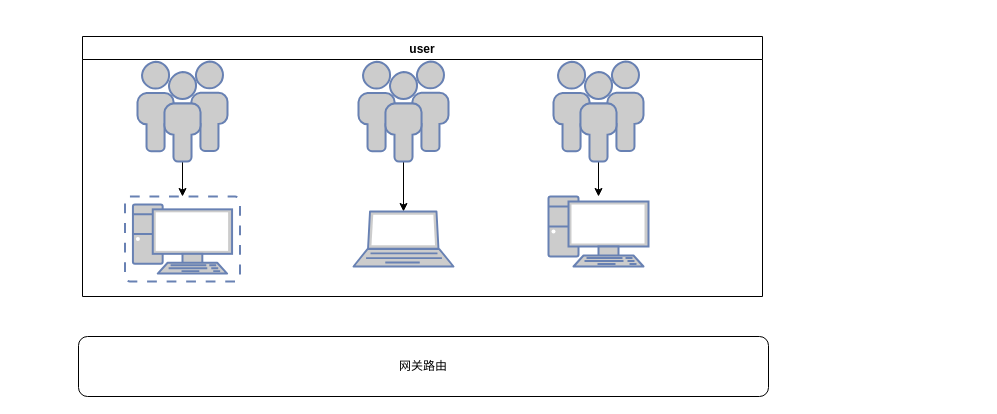
Before: doc/Untitled Diagram.drawio in yezhen701/VTCAD, a draw.io diagram. Source tidied: cells renumbered, new cells numbered last; positions are measured from the earlier drawing's top-left corner, leaving out a move shared by most shapes. Both pictures are drawn from the tidied source at 100%, with x=0, y=0 at pixel (78, 36).
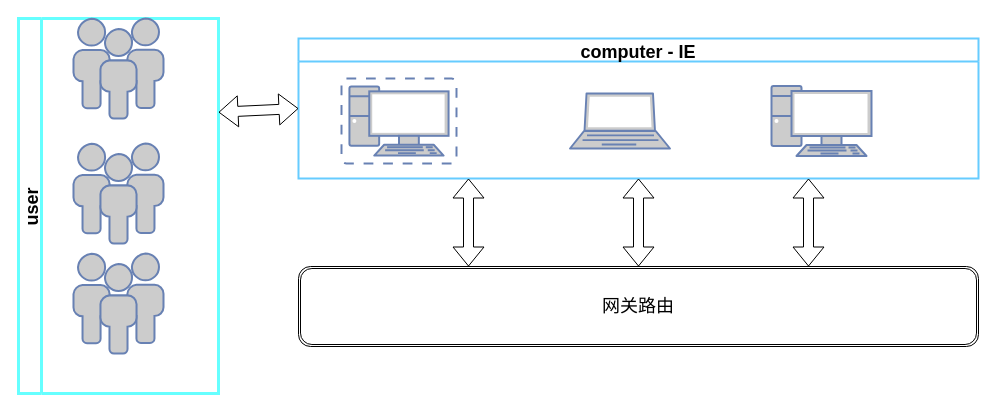
The same diagram, later.

What changed in the source:
```diff
@@
 <mxGraphModel>
   <root>
     <mxCell id="0" />
     <mxCell id="1" parent="0" />
+    <mxCell id="3" value="computer - IE" style="swimlane;strokeColor=#66ccff;strokeWidth=2;fontSize=18;" parent="1" vertex="1">
+      <mxGeometry x="220" y="2" width="680" height="140" as="geometry" />
+    </mxCell>
+    <mxCell id="6" style="fontColor=#0066CC;verticalAlign=top;verticalLabelPosition=bottom;labelPosition=center;align=center;html=1;outlineConnect=0;fillColor=#CCCCCC;strokeColor=#6881B3;gradientColor=none;gradientDirection=north;strokeWidth=2;shape=mxgraph.networks.virtual_pc;" parent="3" vertex="1">
+      <mxGeometry x="43" y="40" width="115" height="85" as="geometry" />
+    </mxCell>
+    <mxCell id="9" style="fontColor=#0066CC;verticalAlign=top;verticalLabelPosition=bottom;labelPosition=center;align=center;html=1;outlineConnect=0;fillColor=#CCCCCC;strokeColor=#6881B3;gradientColor=none;gradientDirection=north;strokeWidth=2;shape=mxgraph.networks.laptop;" parent="3" vertex="1">
+      <mxGeometry x="271.5" y="55" width="100" height="55" as="geometry" />
+    </mxCell>
+    <mxCell id="12" style="fontColor=#0066CC;verticalAlign=top;verticalLabelPosition=bottom;labelPosition=center;align=center;html=1;outlineConnect=0;fillColor=#CCCCCC;strokeColor=#6881B3;gradientColor=none;gradientDirection=north;strokeWidth=2;shape=mxgraph.networks.pc;" parent="3" vertex="1">
+      <mxGeometry x="473" y="47.5" width="100" height="70" as="geometry" />
+    </mxCell>
-    <mxCell id="2" value="网关路由" style="rounded=1;whiteSpace=wrap;html=1;" parent="1" vertex="1">
-      <mxGeometry y="300" width="690" height="60" as="geometry" />
+    <mxCell id="2" value="&lt;font style=&quot;font-size: 18px&quot;&gt;网关路由&lt;/font&gt;" style="shape=ext;double=1;rounded=1;whiteSpace=wrap;html=1;" parent="1" vertex="1">
+      <mxGeometry x="220" y="230" width="680" height="80" as="geometry" />
     </mxCell>
-    <mxCell id="3" value="user" style="swimlane;" parent="1" vertex="1">
-      <mxGeometry x="4" width="680" height="260" as="geometry" />
-    </mxCell>
-    <mxCell id="4" style="edgeStyle=orthogonalEdgeStyle;rounded=0;jettySize=auto;html=1;" parent="3" edge="1" source="5" target="6">
-      <mxGeometry relative="1" as="geometry" />
-    </mxCell>
+    <mxCell id="13" value="user" style="swimlane;horizontal=0;fontSize=18;strokeColor=#66ffff;strokeWidth=3;" parent="1" vertex="1">
+      <mxGeometry x="-60" y="-18" width="200" height="375" as="geometry" />
+    </mxCell>
-    <mxCell id="5" style="fontColor=#0066CC;verticalAlign=top;verticalLabelPosition=bottom;labelPosition=center;align=center;html=1;outlineConnect=0;fillColor=#CCCCCC;strokeColor=#6881B3;gradientColor=none;gradientDirection=north;strokeWidth=2;shape=mxgraph.networks.users;" parent="3" vertex="1">
-      <mxGeometry x="55" y="25" width="90" height="100" as="geometry" />
+    <mxCell id="5" style="fontColor=#0066CC;verticalAlign=top;verticalLabelPosition=bottom;labelPosition=center;align=center;html=1;outlineConnect=0;fillColor=#CCCCCC;strokeColor=#6881B3;gradientColor=none;gradientDirection=north;strokeWidth=2;shape=mxgraph.networks.users;" parent="13" vertex="1">
+      <mxGeometry x="55" width="90" height="100" as="geometry" />
     </mxCell>
-    <mxCell id="6" style="fontColor=#0066CC;verticalAlign=top;verticalLabelPosition=bottom;labelPosition=center;align=center;html=1;outlineConnect=0;fillColor=#CCCCCC;strokeColor=#6881B3;gradientColor=none;gradientDirection=north;strokeWidth=2;shape=mxgraph.networks.virtual_pc;" parent="3" vertex="1">
-      <mxGeometry x="42.5" y="160" width="115" height="85" as="geometry" />
-    </mxCell>
-    <mxCell id="7" style="edgeStyle=orthogonalEdgeStyle;rounded=0;jettySize=auto;html=1;" parent="3" edge="1" source="8" target="9">
-      <mxGeometry relative="1" as="geometry" />
-    </mxCell>
-    <mxCell id="8" style="fontColor=#0066CC;verticalAlign=top;verticalLabelPosition=bottom;labelPosition=center;align=center;html=1;outlineConnect=0;fillColor=#CCCCCC;strokeColor=#6881B3;gradientColor=none;gradientDirection=north;strokeWidth=2;shape=mxgraph.networks.users;" parent="3" vertex="1">
-      <mxGeometry x="276" y="25" width="90" height="100" as="geometry" />
+    <mxCell id="8" style="fontColor=#0066CC;verticalAlign=top;verticalLabelPosition=bottom;labelPosition=center;align=center;html=1;outlineConnect=0;fillColor=#CCCCCC;strokeColor=#6881B3;gradientColor=none;gradientDirection=north;strokeWidth=2;shape=mxgraph.networks.users;" parent="13" vertex="1">
+      <mxGeometry x="55" y="125" width="90" height="100" as="geometry" />
     </mxCell>
-    <mxCell id="9" style="fontColor=#0066CC;verticalAlign=top;verticalLabelPosition=bottom;labelPosition=center;align=center;html=1;outlineConnect=0;fillColor=#CCCCCC;strokeColor=#6881B3;gradientColor=none;gradientDirection=north;strokeWidth=2;shape=mxgraph.networks.laptop;" parent="3" vertex="1">
-      <mxGeometry x="271" y="175" width="100" height="55" as="geometry" />
-    </mxCell>
-    <mxCell id="10" style="edgeStyle=orthogonalEdgeStyle;rounded=0;jettySize=auto;html=1;" parent="3" edge="1" source="11" target="12">
-      <mxGeometry relative="1" as="geometry" />
-    </mxCell>
-    <mxCell id="11" style="fontColor=#0066CC;verticalAlign=top;verticalLabelPosition=bottom;labelPosition=center;align=center;html=1;outlineConnect=0;fillColor=#CCCCCC;strokeColor=#6881B3;gradientColor=none;gradientDirection=north;strokeWidth=2;shape=mxgraph.networks.users;" parent="3" vertex="1">
-      <mxGeometry x="471" y="25" width="90" height="100" as="geometry" />
+    <mxCell id="11" style="fontColor=#0066CC;verticalAlign=top;verticalLabelPosition=bottom;labelPosition=center;align=center;html=1;outlineConnect=0;fillColor=#CCCCCC;strokeColor=#6881B3;gradientColor=none;gradientDirection=north;strokeWidth=2;shape=mxgraph.networks.users;" parent="13" vertex="1">
+      <mxGeometry x="55" y="235" width="90" height="100" as="geometry" />
     </mxCell>
-    <mxCell id="12" style="fontColor=#0066CC;verticalAlign=top;verticalLabelPosition=bottom;labelPosition=center;align=center;html=1;outlineConnect=0;fillColor=#CCCCCC;strokeColor=#6881B3;gradientColor=none;gradientDirection=north;strokeWidth=2;shape=mxgraph.networks.pc;" parent="3" vertex="1">
-      <mxGeometry x="466" y="160" width="100" height="70" as="geometry" />
-    </mxCell>
+    <mxCell id="14" style="shape=flexArrow;endArrow=classic;startArrow=classic;html=1;rounded=0;fontSize=18;exitX=1;exitY=0.25;exitDx=0;exitDy=0;entryX=0;entryY=0.5;entryDx=0;entryDy=0;" parent="1" edge="1" source="13" target="3">
+      <mxGeometry relative="1" as="geometry" />
+    </mxCell>
+    <mxCell id="15" style="shape=flexArrow;endArrow=classic;startArrow=classic;html=1;rounded=0;fontSize=18;entryX=0.25;entryY=1;entryDx=0;entryDy=0;exitX=0.25;exitY=0;exitDx=0;exitDy=0;" parent="1" edge="1" source="2" target="3">
+      <mxGeometry relative="1" as="geometry" />
+    </mxCell>
+    <mxCell id="16" style="shape=flexArrow;endArrow=classic;startArrow=classic;html=1;rounded=0;fontSize=18;entryX=0.75;entryY=1;entryDx=0;entryDy=0;exitX=0.75;exitY=0;exitDx=0;exitDy=0;" parent="1" edge="1" source="2" target="3">
+      <mxGeometry relative="1" as="geometry" />
+    </mxCell>
+    <mxCell id="17" style="shape=flexArrow;endArrow=classic;startArrow=classic;html=1;rounded=0;fontSize=18;entryX=0.5;entryY=1;entryDx=0;entryDy=0;exitX=0.5;exitY=0;exitDx=0;exitDy=0;" parent="1" edge="1" source="2" target="3">
+      <mxGeometry relative="1" as="geometry" />
+    </mxCell>
   </root>
 </mxGraphModel>
```
